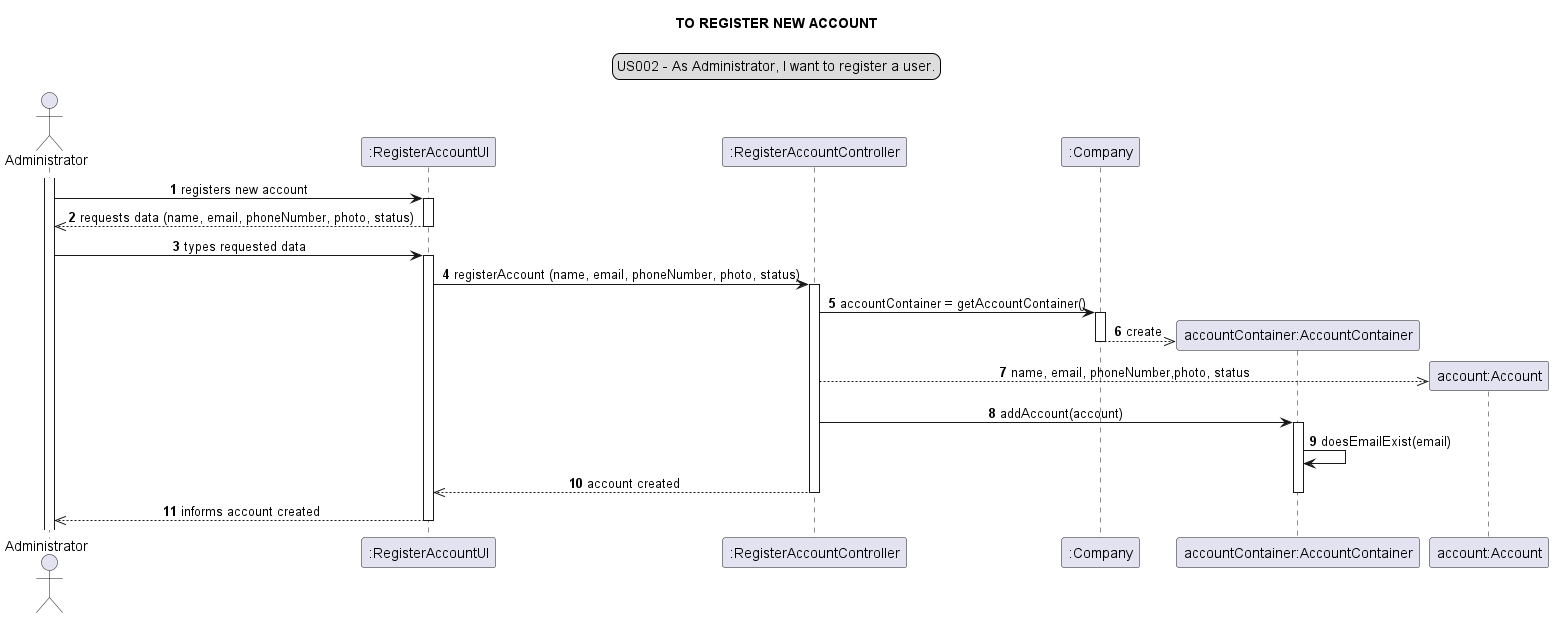
Loracline/project_switch_22-23 keeps this PlantUML diagram as docs/modelling_design/user_stories/us002/US002_sequenceDiagram.png. Above is the earlier version. Source of this version:
```plantuml
@startuml
skinparam sequenceMessageAlign center
title TO REGISTER NEW ACCOUNT
legend top
US002 - As Administrator, I want to register a user.
end legend
autonumber
actor Administrator
participant ":RegisterAccountUI" as ui
participant ":RegisterAccountController" as controller
participant ":Company" as comp
participant "accountContainer:AccountContainer" as AC
participant "account:Account" as account
activate Administrator
Administrator -> ui: registers new account
activate ui
ui -->> Administrator: requests data (name, email, phoneNumber, photo, status)
deactivate ui
Administrator -> ui: types requested data
activate ui
ui -> controller: registerAccount (name, email, phoneNumber, photo, status)
activate controller
controller -> comp: accountContainer = getAccountContainer()
activate comp
create AC
comp -->> AC: create
deactivate comp
create account
controller -->> account: name, email, phoneNumber,photo, status
controller -> AC: addAccount(account)
activate AC
AC -> AC: doesEmailExist(email)
controller -->> ui: account created
deactivate AC
deactivate controller
ui-->> Administrator: informs account created
deactivate ui
@enduml
```
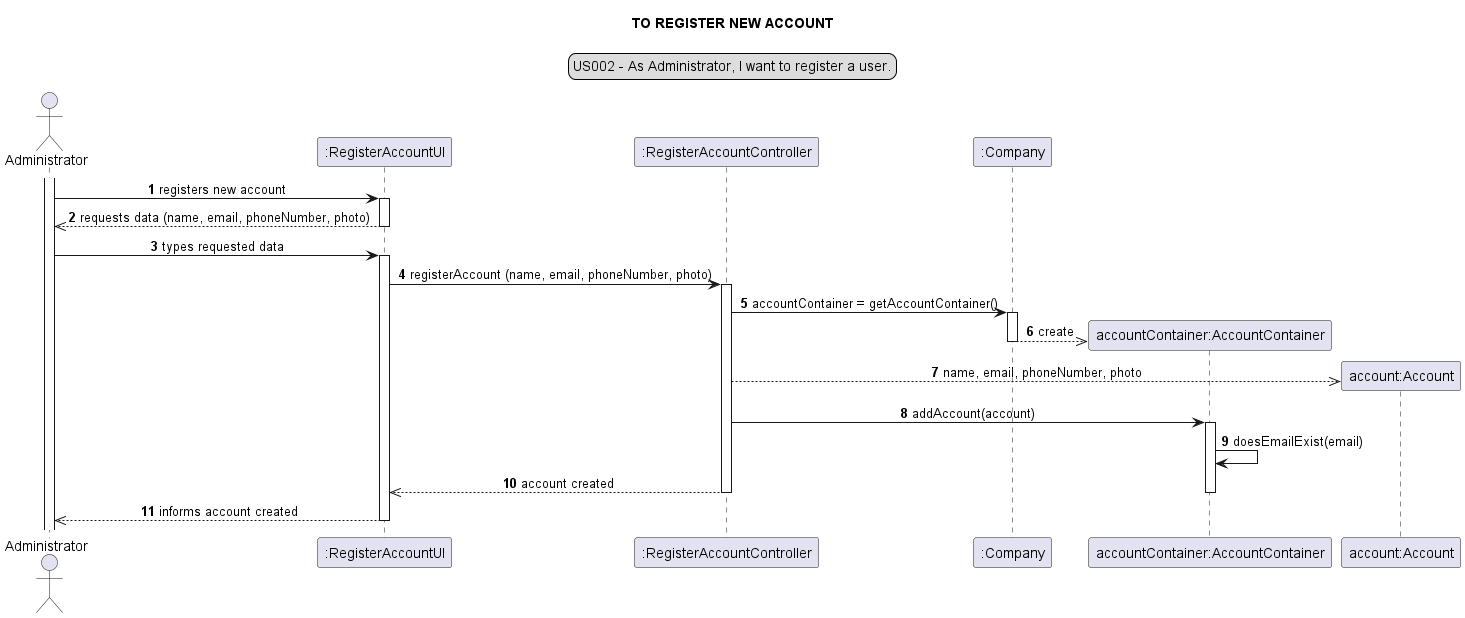
The same diagram one commit later.

Commit message:
UC Diagram | SD 001/002 | status predefined as "Active" and not passed by parameter | refinement (naming)

The edit, as a diff of the source:
```diff
@@ -14,11 +14,11 @@
 activate Administrator
 Administrator -> ui: registers new account
 activate ui
-ui -->> Administrator: requests data (name, email, phoneNumber, photo, status)
+ui -->> Administrator: requests data (name, email, phoneNumber, photo)
 deactivate ui
 Administrator -> ui: types requested data
 activate ui
-ui -> controller: registerAccount (name, email, phoneNumber, photo, status)
+ui -> controller: registerAccount (name, email, phoneNumber, photo)
 activate controller
 controller -> comp: accountContainer = getAccountContainer()
 activate comp
@@ -26,7 +26,7 @@
 comp -->> AC: create
 deactivate comp
 create account
-controller -->> account: name, email, phoneNumber,photo, status
+controller -->> account: name, email, phoneNumber, photo
 controller -> AC: addAccount(account)
 activate AC
 AC -> AC: doesEmailExist(email)
```
